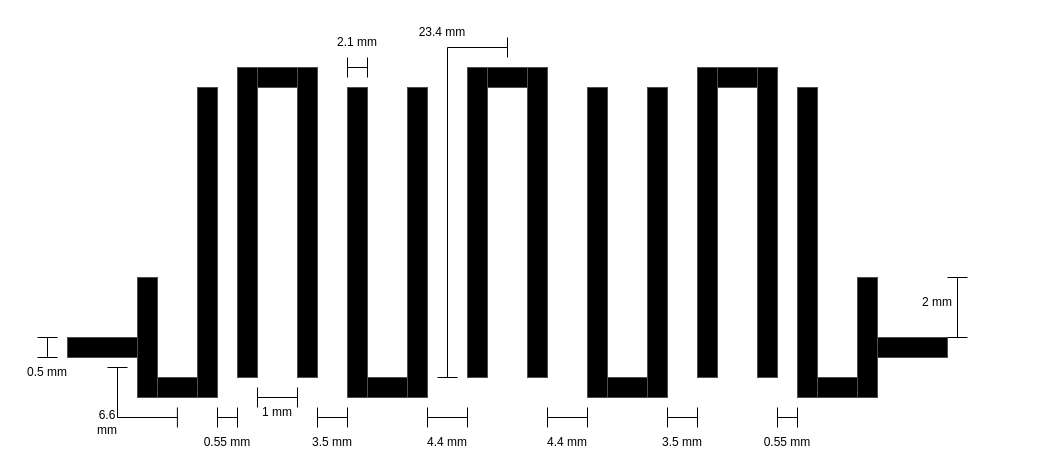
Before: gitfigures/system_design/rf_front_end/bandpass_filter/final_hairpin_bandpass.drawio in Niclasapdk/esd5_project, a draw.io diagram. Source tidied: cells renumbered, new cells numbered last; positions are measured from the earlier drawing's top-left corner, leaving out a move shared by most shapes. Both pictures are drawn from the tidied source at 100%, with x=0, y=0 at pixel (17, 17).
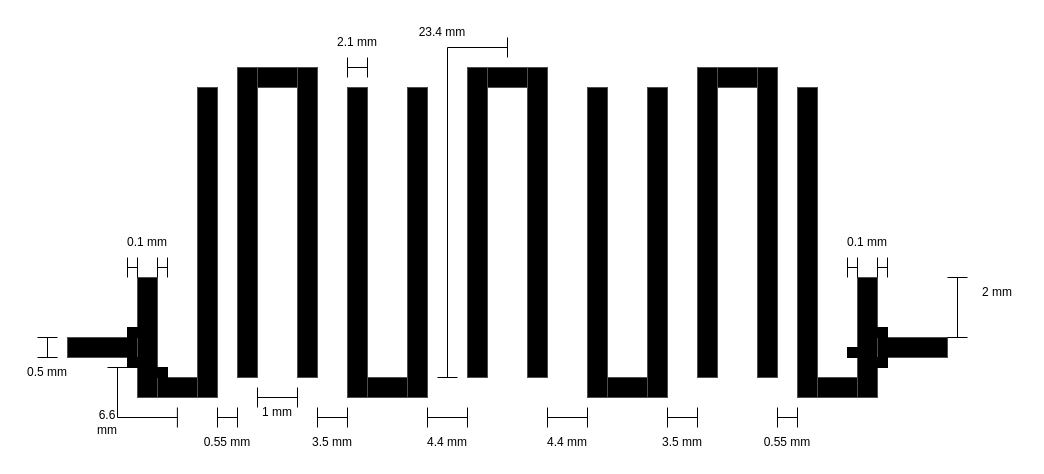
The same page after the edit.

What changed in the source:
```diff
@@
     <mxCell id="53" value="&lt;div&gt;2 mm&lt;/div&gt;" style="text;html=1;align=center;verticalAlign=middle;whiteSpace=wrap;rounded=0;" parent="1" vertex="1">
-      <mxGeometry x="890" y="270" width="60" height="30" as="geometry" />
+      <mxGeometry x="950" y="260" width="60" height="30" as="geometry" />
     </mxCell>
+    <mxCell id="54" style="rounded=0;whiteSpace=wrap;html=1;fillColor=#000000;" parent="1" vertex="1">
+      <mxGeometry x="830" y="330" width="10" height="10" as="geometry" />
+    </mxCell>
+    <mxCell id="55" style="rounded=0;whiteSpace=wrap;html=1;fillColor=#000000;" parent="1" vertex="1">
+      <mxGeometry x="140" y="350" width="10" height="10" as="geometry" />
+    </mxCell>
+    <mxCell id="56" style="rounded=0;whiteSpace=wrap;html=1;fillColor=#000000;" parent="1" vertex="1">
+      <mxGeometry x="860" y="340" width="10" height="10" as="geometry" />
+    </mxCell>
+    <mxCell id="57" style="rounded=0;whiteSpace=wrap;html=1;fillColor=#000000;" parent="1" vertex="1">
+      <mxGeometry x="860" y="310" width="10" height="10" as="geometry" />
+    </mxCell>
+    <mxCell id="58" style="rounded=0;whiteSpace=wrap;html=1;fillColor=#000000;" parent="1" vertex="1">
+      <mxGeometry x="110" y="310" width="10" height="10" as="geometry" />
+    </mxCell>
+    <mxCell id="59" style="rounded=0;whiteSpace=wrap;html=1;fillColor=#000000;" parent="1" vertex="1">
+      <mxGeometry x="110" y="340" width="10" height="10" as="geometry" />
+    </mxCell>
+    <mxCell id="60" style="shape=crossbar;whiteSpace=wrap;html=1;rounded=1;direction=west;" parent="1" vertex="1">
+      <mxGeometry x="860" y="240" width="10" height="20" as="geometry" />
+    </mxCell>
+    <mxCell id="61" style="shape=crossbar;whiteSpace=wrap;html=1;rounded=1;direction=west;" parent="1" vertex="1">
+      <mxGeometry x="110" y="240" width="10" height="20" as="geometry" />
+    </mxCell>
+    <mxCell id="62" value="0.1 mm" style="text;html=1;align=center;verticalAlign=middle;whiteSpace=wrap;rounded=0;" parent="1" vertex="1">
+      <mxGeometry x="100" y="210" width="60" height="30" as="geometry" />
+    </mxCell>
+    <mxCell id="63" value="0.1 mm" style="text;html=1;align=center;verticalAlign=middle;whiteSpace=wrap;rounded=0;" parent="1" vertex="1">
+      <mxGeometry x="820" y="210" width="60" height="30" as="geometry" />
+    </mxCell>
+    <mxCell id="64" style="shape=crossbar;whiteSpace=wrap;html=1;rounded=1;direction=west;" parent="1" vertex="1">
+      <mxGeometry x="830" y="240" width="10" height="20" as="geometry" />
+    </mxCell>
+    <mxCell id="65" style="shape=crossbar;whiteSpace=wrap;html=1;rounded=1;direction=west;" parent="1" vertex="1">
+      <mxGeometry x="140" y="240" width="10" height="20" as="geometry" />
+    </mxCell>
```
